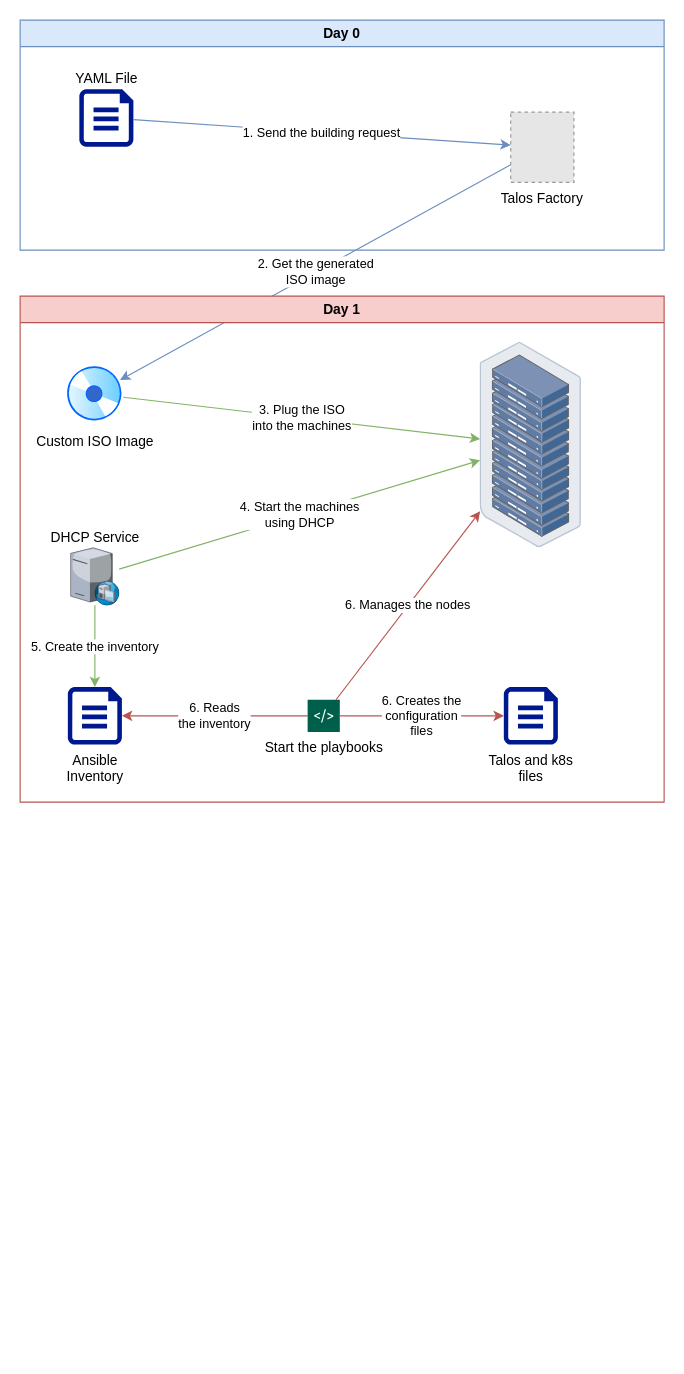
mgrzybek/talos-ansible-playbooks keeps this draw.io diagram as day-0/workflow.drawio. Above is the earlier version. Source tidied: cells renumbered, new cells numbered last; positions are measured from the earlier drawing's top-left corner, leaving out a move shared by most shapes. Both pictures are drawn from the tidied source at 115%, with x=0, y=0 at pixel (20, 20). Pictures stored in the file or linked from it are replaced by grey dashed boxes.
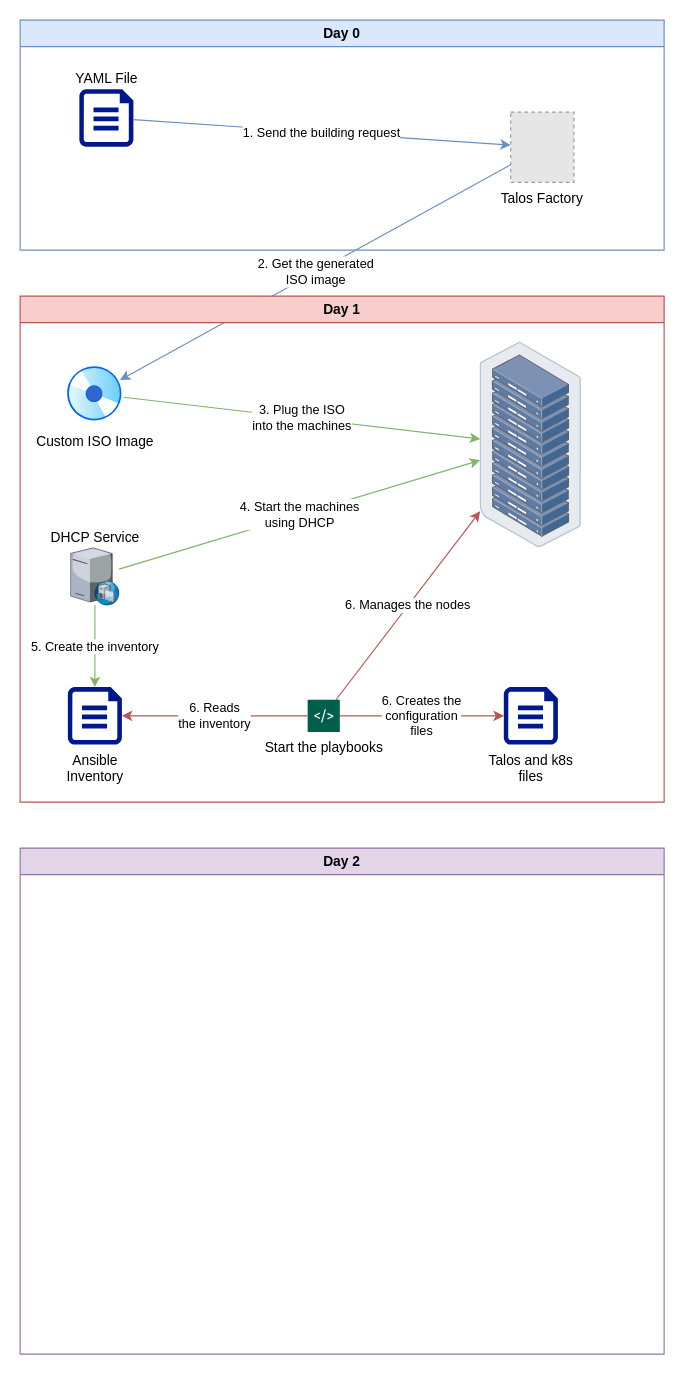
Above is the later version.

Diff of the diagram source:
```diff
@@
+    <mxCell id="20" value="Day 2" style="swimlane;whiteSpace=wrap;html=1;fillColor=#e1d5e7;strokeColor=#9673a6;" parent="1" vertex="1">
+      <mxGeometry y="720" width="560" height="440" as="geometry" />
+    </mxCell>
```
